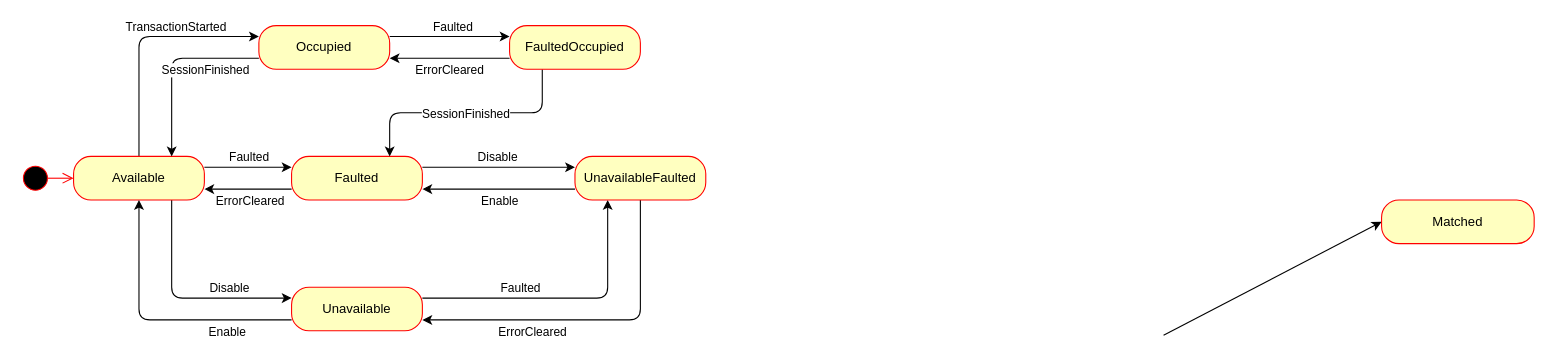
seohyun-k/EVIDS-ing keeps this draw.io diagram as everest-core/modules/EVSE/Auth/docs/state_chart.drawio. Above is the earlier version. Source tidied: cells renumbered, new cells numbered last; positions are measured from the earlier drawing's top-left corner, leaving out a move shared by most shapes. Both pictures are drawn from the tidied source at 109%, with x=0, y=0 at pixel (19, 25).
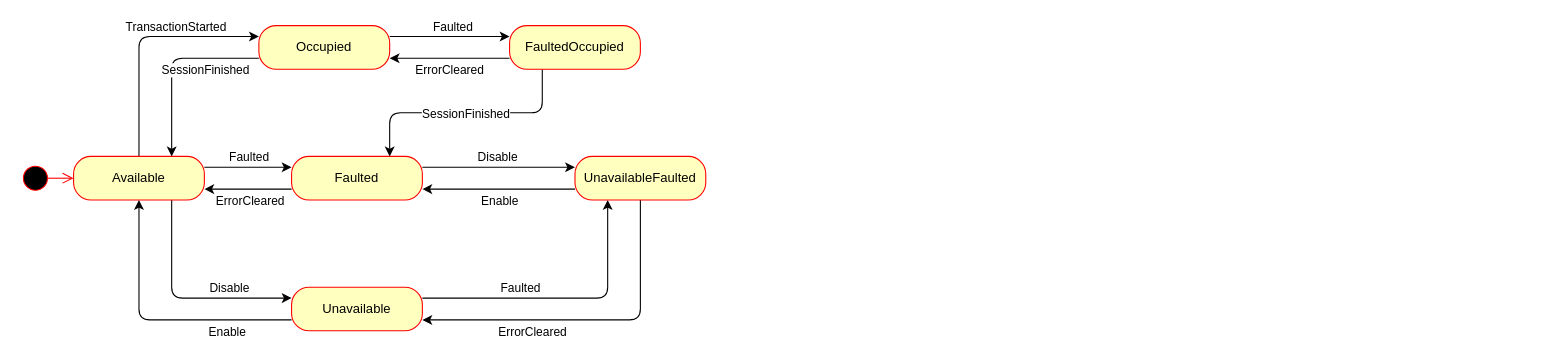
The same diagram, later.

The edit, as a diff of the source:
```diff
@@
-    <mxCell id="2" style="edgeStyle=none;html=1;entryX=0;entryY=0.5;entryDx=0;entryDy=0;" parent="1" edge="1" target="22">
-      <mxGeometry relative="1" as="geometry">
-        <mxPoint x="1050" y="284" as="sourcePoint" />
-      </mxGeometry>
-    </mxCell>
@@
-    <mxCell id="22" value="Matched" style="rounded=1;whiteSpace=wrap;html=1;arcSize=40;fontColor=#000000;fillColor=#ffffc0;strokeColor=#ff0000;" parent="1" vertex="1">
-      <mxGeometry x="1250" y="160" width="140" height="40" as="geometry" />
-    </mxCell>
```
